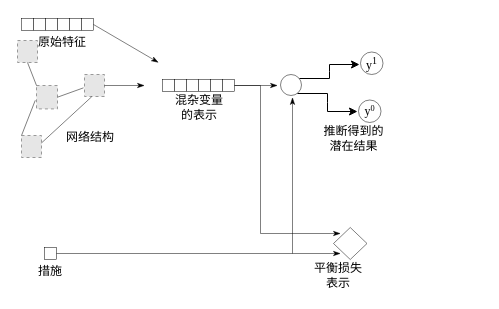
The draw.io diagram page "Page-3" (3 of 6) of pepole_Diagram.drawio.xml in dkdengkai/ImageCloud, before the edit. Source tidied: cells renumbered, new cells numbered last; positions are measured from the earlier drawing's top-left corner, leaving out a move shared by most shapes. Both pictures are drawn from the tidied source at 100%, with x=0, y=0 at pixel (17, 18). Pictures stored in the file or linked from it are replaced by grey dashed boxes.
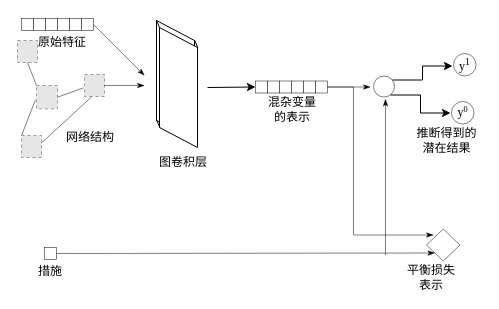
The same page after the edit.

Unchanged cells that the change refers to:
```xml
<mxCell id="15" style="whiteSpace=wrap;html=1;strokeWidth=0.5;" parent="1" vertex="1">
  <mxGeometry x="64" width="12" height="12" as="geometry" />
</mxCell>
<mxCell id="36" style="whiteSpace=wrap;html=1;strokeWidth=0.5;" parent="1" vertex="1">
  <mxGeometry x="27" y="229" width="12" height="12" as="geometry" />
</mxCell>
```

Change to the diagram source:
```diff
@@
     <mxCell id="16" style="endArrow=classicThin;html=1;rounded=0;exitX=1;exitY=0.5;exitDx=0;exitDy=0;strokeWidth=0.5;endFill=1;" parent="1" edge="1" source="15">
       <mxGeometry relative="1" as="geometry">
-        <mxPoint x="141" y="44" as="targetPoint" />
+        <mxPoint x="127" y="57" as="targetPoint" />
       </mxGeometry>
     </mxCell>
@@
     <mxCell id="18" style="whiteSpace=wrap;html=1;strokeWidth=0.5;" parent="1" vertex="1">
-      <mxGeometry x="145" y="61" width="12" height="12" as="geometry" />
+      <mxGeometry x="238" y="62.5" width="12" height="12" as="geometry" />
     </mxCell>
     <mxCell id="19" style="whiteSpace=wrap;html=1;strokeWidth=0.5;" parent="1" vertex="1">
-      <mxGeometry x="157" y="61" width="12" height="12" as="geometry" />
+      <mxGeometry x="250" y="62.5" width="12" height="12" as="geometry" />
     </mxCell>
     <mxCell id="20" style="whiteSpace=wrap;html=1;strokeWidth=0.5;" parent="1" vertex="1">
-      <mxGeometry x="181" y="61" width="12" height="12" as="geometry" />
+      <mxGeometry x="274" y="62.5" width="12" height="12" as="geometry" />
     </mxCell>
     <mxCell id="21" style="whiteSpace=wrap;html=1;strokeWidth=0.5;" parent="1" vertex="1">
-      <mxGeometry x="169" y="61" width="12" height="12" as="geometry" />
+      <mxGeometry x="262" y="62.5" width="12" height="12" as="geometry" />
     </mxCell>
     <mxCell id="22" style="whiteSpace=wrap;html=1;strokeWidth=0.5;" parent="1" vertex="1">
-      <mxGeometry x="193" y="61" width="12" height="12" as="geometry" />
+      <mxGeometry x="286" y="62.5" width="12" height="12" as="geometry" />
     </mxCell>
     <mxCell id="23" style="whiteSpace=wrap;html=1;strokeWidth=0.5;" parent="1" vertex="1">
-      <mxGeometry x="205" y="61" width="12" height="12" as="geometry" />
+      <mxGeometry x="298" y="62.5" width="12" height="12" as="geometry" />
     </mxCell>
@@
     <mxCell id="26" value="&lt;font face=&quot;宋体&quot;&gt;混杂变量的表示&lt;/font&gt;" style="text;html=1;strokeColor=none;fillColor=none;align=center;verticalAlign=middle;whiteSpace=wrap;rounded=0;" parent="1" vertex="1">
-      <mxGeometry x="152" y="74" width="60" height="30" as="geometry" />
+      <mxGeometry x="245" y="75.5" width="60" height="30" as="geometry" />
     </mxCell>
     <mxCell id="27" style="endArrow=classicThin;html=1;rounded=0;exitX=1;exitY=0.5;exitDx=0;exitDy=0;strokeWidth=0.5;endFill=1;" parent="1" edge="1" source="23">
       <mxGeometry relative="1" as="geometry">
-        <mxPoint x="260" y="67" as="targetPoint" />
+        <mxPoint x="353" y="68.5" as="targetPoint" />
       </mxGeometry>
     </mxCell>
     <mxCell id="28" style="ellipse;whiteSpace=wrap;html=1;strokeWidth=0.5;" parent="1" vertex="1">
-      <mxGeometry x="263" y="56" width="21" height="21" as="geometry" />
+      <mxGeometry x="356" y="57.5" width="21" height="21" as="geometry" />
     </mxCell>
     <mxCell id="29" style="endArrow=classic;html=1;rounded=0;edgeStyle=entityRelationEdgeStyle;" parent="1" edge="1">
       <mxGeometry relative="1" as="geometry">
-        <mxPoint x="282" y="60" as="sourcePoint" />
-        <mxPoint x="342" y="46" as="targetPoint" />
+        <mxPoint x="375" y="61.5" as="sourcePoint" />
+        <mxPoint x="435" y="47.5" as="targetPoint" />
         <Array as="points">
-          <mxPoint x="330" y="34" />
-          <mxPoint x="308" y="43" />
-          <mxPoint x="330" y="32" />
-          <mxPoint x="317" y="35" />
-          <mxPoint x="337" y="28" />
-          <mxPoint x="333" y="22" />
+          <mxPoint x="423" y="35.5" />
+          <mxPoint x="401" y="44.5" />
+          <mxPoint x="423" y="33.5" />
+          <mxPoint x="410" y="36.5" />
+          <mxPoint x="430" y="29.5" />
+          <mxPoint x="426" y="23.5" />
         </Array>
       </mxGeometry>
     </mxCell>
     <mxCell id="30" style="endArrow=classic;html=1;rounded=0;edgeStyle=entityRelationEdgeStyle;" parent="1" edge="1">
       <mxGeometry relative="1" as="geometry">
-        <mxPoint x="280" y="75" as="sourcePoint" />
-        <mxPoint x="340" y="93" as="targetPoint" />
+        <mxPoint x="373" y="76.5" as="sourcePoint" />
+        <mxPoint x="433" y="94.5" as="targetPoint" />
         <Array as="points">
-          <mxPoint x="328" y="49" />
-          <mxPoint x="306" y="58" />
-          <mxPoint x="328" y="47" />
-          <mxPoint x="315" y="50" />
-          <mxPoint x="326" y="92" />
-          <mxPoint x="335" y="43" />
-          <mxPoint x="331" y="37" />
+          <mxPoint x="421" y="50.5" />
+          <mxPoint x="399" y="59.5" />
+          <mxPoint x="421" y="48.5" />
+          <mxPoint x="408" y="51.5" />
+          <mxPoint x="419" y="93.5" />
+          <mxPoint x="428" y="44.5" />
+          <mxPoint x="424" y="38.5" />
         </Array>
       </mxGeometry>
     </mxCell>
     <mxCell id="31" value="&lt;font face=&quot;Times New Roman&quot;&gt;y&lt;sup style=&quot;&quot;&gt;1&lt;/sup&gt;&lt;/font&gt;" style="ellipse;whiteSpace=wrap;html=1;strokeWidth=0.5;" parent="1" vertex="1">
-      <mxGeometry x="343" y="33.5" width="22.5" height="22.5" as="geometry" />
+      <mxGeometry x="436" y="35" width="22.5" height="22.5" as="geometry" />
     </mxCell>
     <mxCell id="32" value="&lt;font face=&quot;Times New Roman&quot;&gt;y&lt;span style=&quot;font-size: 10px;&quot;&gt;&lt;sup&gt;0&lt;/sup&gt;&lt;/span&gt;&lt;/font&gt;" style="ellipse;whiteSpace=wrap;html=1;strokeWidth=0.5;" parent="1" vertex="1">
-      <mxGeometry x="341" y="81.5" width="22.5" height="22.5" as="geometry" />
+      <mxGeometry x="434" y="83" width="22.5" height="22.5" as="geometry" />
     </mxCell>
     <mxCell id="33" value="&lt;font face=&quot;宋体&quot;&gt;推断得到的潜在结果&lt;/font&gt;" style="text;html=1;strokeColor=none;fillColor=none;align=center;verticalAlign=middle;whiteSpace=wrap;rounded=0;" parent="1" vertex="1">
-      <mxGeometry x="302" y="105" width="69" height="30" as="geometry" />
+      <mxGeometry x="395" y="106.5" width="69" height="30" as="geometry" />
     </mxCell>
     <mxCell id="34" style="rhombus;whiteSpace=wrap;html=1;strokeWidth=0.5;" parent="1" vertex="1">
-      <mxGeometry x="316" y="209" width="33.5" height="32" as="geometry" />
+      <mxGeometry x="409" y="210.5" width="33.5" height="32" as="geometry" />
     </mxCell>
     <mxCell id="35" style="endArrow=classicThin;html=1;rounded=0;exitX=1;exitY=0.5;exitDx=0;exitDy=0;strokeWidth=0.5;endFill=1;" parent="1" edge="1" source="23">
       <mxGeometry relative="1" as="geometry">
-        <mxPoint x="323" y="215" as="targetPoint" />
+        <mxPoint x="416" y="216.5" as="targetPoint" />
         <Array as="points">
-          <mxPoint x="243" y="67" />
-          <mxPoint x="243" y="215" />
+          <mxPoint x="336" y="68.5" />
+          <mxPoint x="336" y="216.5" />
         </Array>
       </mxGeometry>
     </mxCell>
@@
-    <mxCell id="37" style="endArrow=classicThin;html=1;rounded=0;exitX=1;exitY=0.5;exitDx=0;exitDy=0;endFill=1;strokeWidth=0.5;" parent="1" edge="1" source="36">
-      <mxGeometry relative="1" as="geometry">
-        <mxPoint x="323" y="235" as="targetPoint" />
-      </mxGeometry>
+    <mxCell id="37" style="endArrow=classicThin;html=1;rounded=0;exitX=1;exitY=0.5;exitDx=0;exitDy=0;endFill=1;strokeWidth=0.5;entryX=0;entryY=1;entryDx=0;entryDy=0;" parent="1" edge="1" source="36" target="34">
+      <mxGeometry relative="1" as="geometry" />
     </mxCell>
     <mxCell id="38" style="endArrow=classicThin;html=1;rounded=0;strokeWidth=0.5;endFill=1;" parent="1" edge="1">
       <mxGeometry relative="1" as="geometry">
-        <mxPoint x="275" y="235" as="sourcePoint" />
-        <mxPoint x="275" y="79" as="targetPoint" />
+        <mxPoint x="368" y="236.5" as="sourcePoint" />
+        <mxPoint x="368" y="80.5" as="targetPoint" />
       </mxGeometry>
     </mxCell>
@@
     <mxCell id="40" value="&lt;font face=&quot;宋体&quot;&gt;平衡损失表示&lt;/font&gt;" style="text;html=1;strokeColor=none;fillColor=none;align=center;verticalAlign=middle;whiteSpace=wrap;rounded=0;" parent="1" vertex="1">
-      <mxGeometry x="291" y="242" width="60" height="30" as="geometry" />
+      <mxGeometry x="384" y="243.5" width="60" height="30" as="geometry" />
     </mxCell>
+    <mxCell id="41" style="shape=parallelogram;perimeter=parallelogramPerimeter;whiteSpace=wrap;html=1;fixedSize=1;rotation=90;" parent="1" vertex="1">
+      <mxGeometry x="98" y="43" width="120" height="38" as="geometry" />
+    </mxCell>
+    <mxCell id="42" style="shape=parallelogram;perimeter=parallelogramPerimeter;whiteSpace=wrap;html=1;fixedSize=1;rotation=90;" parent="1" vertex="1">
+      <mxGeometry x="101" y="50" width="120" height="38" as="geometry" />
+    </mxCell>
+    <mxCell id="43" style="endArrow=none;html=1;rounded=0;exitX=0;exitY=1;exitDx=0;exitDy=0;entryX=0;entryY=1;entryDx=0;entryDy=0;" parent="1" edge="1" source="41" target="42">
+      <mxGeometry relative="1" as="geometry" />
+    </mxCell>
+    <mxCell id="44" style="endArrow=none;html=1;rounded=0;exitX=0.827;exitY=1.001;exitDx=0;exitDy=0;exitPerimeter=0;entryX=0.836;entryY=0.985;entryDx=0;entryDy=0;entryPerimeter=0;" parent="1" edge="1" source="41" target="42">
+      <mxGeometry relative="1" as="geometry" />
+    </mxCell>
+    <mxCell id="45" style="endArrow=none;html=1;rounded=0;exitX=0.166;exitY=-0.008;exitDx=0;exitDy=0;exitPerimeter=0;entryX=0.17;entryY=-0.008;entryDx=0;entryDy=0;entryPerimeter=0;" parent="1" edge="1" source="41" target="42">
+      <mxGeometry relative="1" as="geometry" />
+    </mxCell>
+    <mxCell id="46" value="&lt;font face=&quot;宋体&quot;&gt;图卷积层&lt;/font&gt;" style="text;html=1;strokeColor=none;fillColor=none;align=center;verticalAlign=middle;whiteSpace=wrap;rounded=0;" parent="1" vertex="1">
+      <mxGeometry x="136" y="129.3" width="60" height="30" as="geometry" />
+    </mxCell>
+    <mxCell id="47" style="endArrow=classic;html=1;rounded=0;entryX=0;entryY=0.5;entryDx=0;entryDy=0;" parent="1" edge="1" target="18">
+      <mxGeometry relative="1" as="geometry">
+        <mxPoint x="190" y="69" as="sourcePoint" />
+      </mxGeometry>
+    </mxCell>
```
